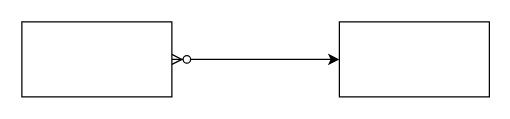
This is 牙管家/逻辑数据模型.drawio from cherishsince/diagrams.net, a draw.io file, before an edit. Source tidied: cells renumbered, new cells numbered last; positions are measured from the earlier drawing's top-left corner, leaving out a move shared by most shapes. Both pictures are drawn from the tidied source at 125%, with x=0, y=0 at pixel (21, 21).
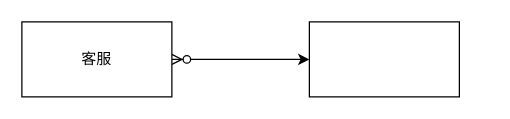
The same page after the edit.

Commit message (it also covers changes not shown here):
更新逻辑数据模型.drawio

Change to the diagram source:
```diff
@@
 <mxGraphModel>
   <root>
     <mxCell id="0" />
     <mxCell id="1" parent="0" />
     <mxCell id="2" style="edgeStyle=orthogonalEdgeStyle;rounded=0;jettySize=auto;html=1;startArrow=ERzeroToMany;startFill=1;" parent="1" edge="1" source="3" target="4">
       <mxGeometry relative="1" as="geometry" />
     </mxCell>
-    <mxCell id="3" style="rounded=0;whiteSpace=wrap;html=1;" parent="1" vertex="1">
+    <mxCell id="3" value="客服" style="rounded=0;whiteSpace=wrap;html=1;" parent="1" vertex="1">
       <mxGeometry width="120" height="60" as="geometry" />
     </mxCell>
     <mxCell id="4" style="rounded=0;whiteSpace=wrap;html=1;" parent="1" vertex="1">
-      <mxGeometry x="254" width="120" height="60" as="geometry" />
+      <mxGeometry x="230" width="120" height="60" as="geometry" />
     </mxCell>
   </root>
 </mxGraphModel>
```
